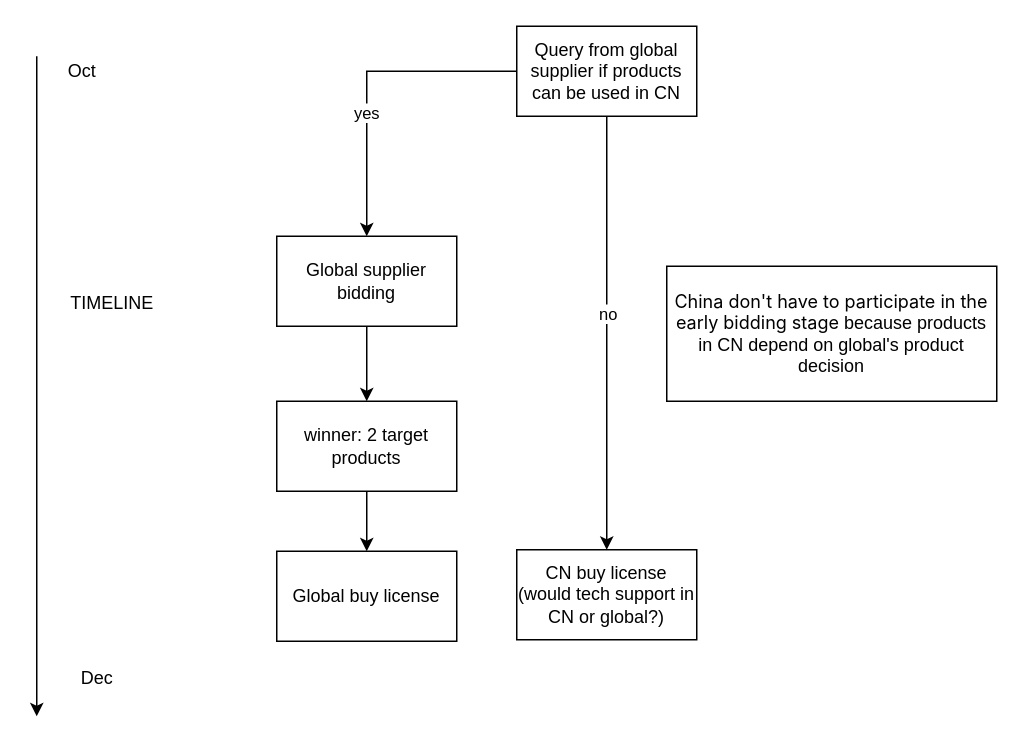
Before: 未命名绘图.drawio in sjlmsj/aaa, a draw.io diagram. Source tidied: cells renumbered, new cells numbered last; positions are measured from the earlier drawing's top-left corner, leaving out a move shared by most shapes. Both pictures are drawn from the tidied source at 150%, with x=0, y=0 at pixel (36, 26).
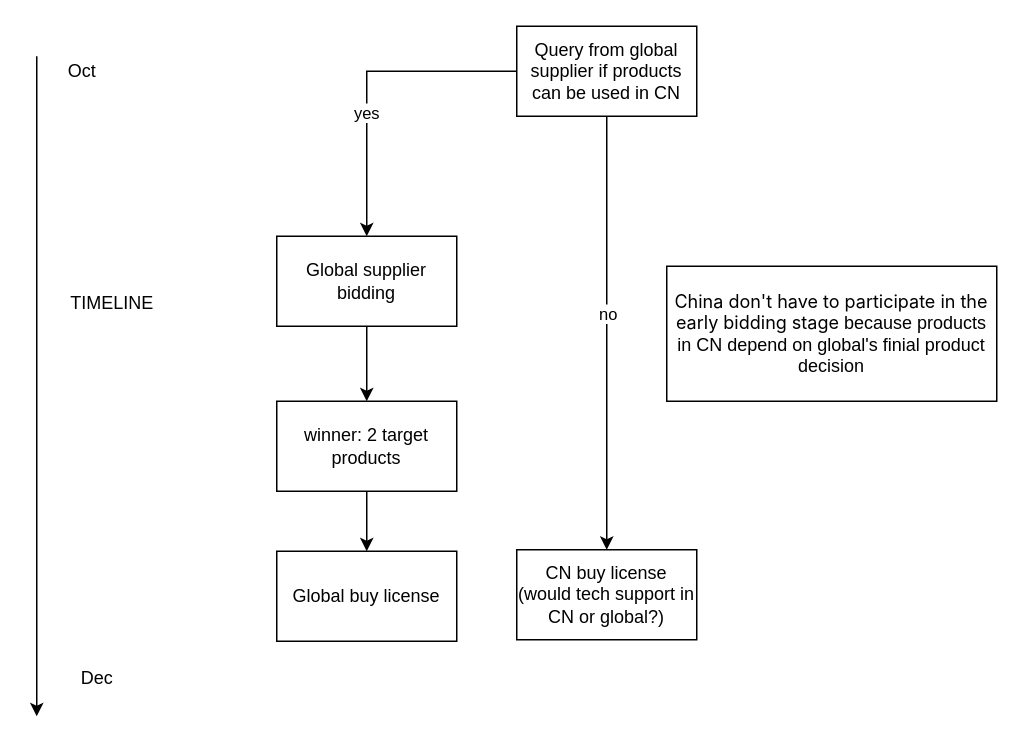
The same page after the edit.

Change to the diagram source:
```diff
@@
 <mxGraphModel>
   <root>
     <mxCell id="0" />
     <mxCell id="1" parent="0" />
     <mxCell id="2" style="edgeStyle=orthogonalEdgeStyle;rounded=0;jettySize=auto;html=1;exitX=0.5;exitY=1;exitDx=0;exitDy=0;" parent="1" edge="1" source="10" target="4">
       <mxGeometry relative="1" as="geometry" />
     </mxCell>
     <mxCell id="3" style="edgeStyle=orthogonalEdgeStyle;rounded=0;jettySize=auto;html=1;" parent="1" edge="1" source="4" target="16">
       <mxGeometry relative="1" as="geometry" />
     </mxCell>
     <mxCell id="4" value="winner: 2 target products" style="rounded=0;whiteSpace=wrap;html=1;" parent="1" vertex="1">
       <mxGeometry x="160" y="250" width="120" height="60" as="geometry" />
     </mxCell>
     <mxCell id="5" style="edgeStyle=orthogonalEdgeStyle;rounded=0;jettySize=auto;html=1;" parent="1" edge="1" source="9" target="10">
       <mxGeometry relative="1" as="geometry" />
     </mxCell>
     <mxCell id="6" value="yes" style="edgeLabel;html=1;align=center;verticalAlign=middle;" parent="5" vertex="1">
       <mxGeometry x="0.21" y="-1" relative="1" as="geometry" />
     </mxCell>
     <mxCell id="7" style="edgeStyle=orthogonalEdgeStyle;rounded=0;jettySize=auto;html=1;entryX=0.5;entryY=0;entryDx=0;entryDy=0;" parent="1" edge="1" source="9" target="11">
       <mxGeometry relative="1" as="geometry" />
     </mxCell>
     <mxCell id="8" value="no" style="edgeLabel;html=1;align=center;verticalAlign=middle;" parent="7" vertex="1">
       <mxGeometry x="-0.09" relative="1" as="geometry" />
     </mxCell>
     <mxCell id="9" value="Query from global supplier if products can be used in CN" style="rounded=0;whiteSpace=wrap;html=1;" parent="1" vertex="1">
       <mxGeometry x="320" width="120" height="60" as="geometry" />
     </mxCell>
     <mxCell id="10" value="Global supplier bidding" style="rounded=0;whiteSpace=wrap;html=1;" parent="1" vertex="1">
       <mxGeometry x="160" y="140" width="120" height="60" as="geometry" />
     </mxCell>
     <mxCell id="11" value="CN buy license&lt;div&gt;(would tech support in CN or global?)&lt;/div&gt;" style="rounded=0;whiteSpace=wrap;html=1;" parent="1" vertex="1">
       <mxGeometry x="320" y="349" width="120" height="60" as="geometry" />
     </mxCell>
     <mxCell id="12" style="endArrow=classic;html=1;rounded=0;" parent="1" edge="1">
       <mxGeometry relative="1" as="geometry">
         <mxPoint y="20" as="sourcePoint" />
         <mxPoint y="460" as="targetPoint" />
       </mxGeometry>
     </mxCell>
     <mxCell id="13" value="TIMELINE" style="text;html=1;align=center;verticalAlign=middle;strokeColor=none;fillColor=none;" parent="1" vertex="1">
       <mxGeometry x="10" y="170" width="80" height="30" as="geometry" />
     </mxCell>
     <mxCell id="14" value="Oct" style="text;html=1;align=center;verticalAlign=middle;strokeColor=none;fillColor=none;" parent="1" vertex="1">
       <mxGeometry x="10" y="15" width="40" height="30" as="geometry" />
     </mxCell>
     <mxCell id="15" value="Dec" style="text;html=1;align=center;verticalAlign=middle;strokeColor=none;fillColor=none;" parent="1" vertex="1">
       <mxGeometry x="20" y="420" width="40" height="30" as="geometry" />
     </mxCell>
     <mxCell id="16" value="Global buy license" style="whiteSpace=wrap;html=1;rounded=0;" parent="1" vertex="1">
       <mxGeometry x="160" y="350" width="120" height="60" as="geometry" />
     </mxCell>
-    <mxCell id="17" value="&lt;font style=&quot;font-size: 12px;&quot;&gt;&lt;span style=&quot;font-family: -apple-system, &amp;quot;system-ui&amp;quot;, &amp;quot;Segoe UI&amp;quot;, Roboto, Helvetica, Arial, sans-serif, &amp;quot;Apple Color Emoji&amp;quot;, &amp;quot;Segoe UI Emoji&amp;quot;, &amp;quot;Segoe UI Symbol&amp;quot;; text-align: left; background-color: rgb(255, 255, 255);&quot;&gt;China don't have to participate in the early bidding stage&lt;/span&gt;&amp;nbsp;because products in CN depend on global's product decision&lt;/font&gt;" style="rounded=0;whiteSpace=wrap;html=1;" parent="1" vertex="1">
+    <mxCell id="17" value="&lt;font style=&quot;font-size: 12px;&quot;&gt;&lt;span style=&quot;font-family: -apple-system, &amp;quot;system-ui&amp;quot;, &amp;quot;Segoe UI&amp;quot;, Roboto, Helvetica, Arial, sans-serif, &amp;quot;Apple Color Emoji&amp;quot;, &amp;quot;Segoe UI Emoji&amp;quot;, &amp;quot;Segoe UI Symbol&amp;quot;; text-align: left; background-color: rgb(255, 255, 255);&quot;&gt;China don't have to participate in the early bidding stage&lt;/span&gt;&amp;nbsp;because products in CN depend on global's finial product decision&lt;/font&gt;" style="rounded=0;whiteSpace=wrap;html=1;" parent="1" vertex="1">
       <mxGeometry x="420" y="160" width="220" height="90" as="geometry" />
     </mxCell>
   </root>
 </mxGraphModel>
```
